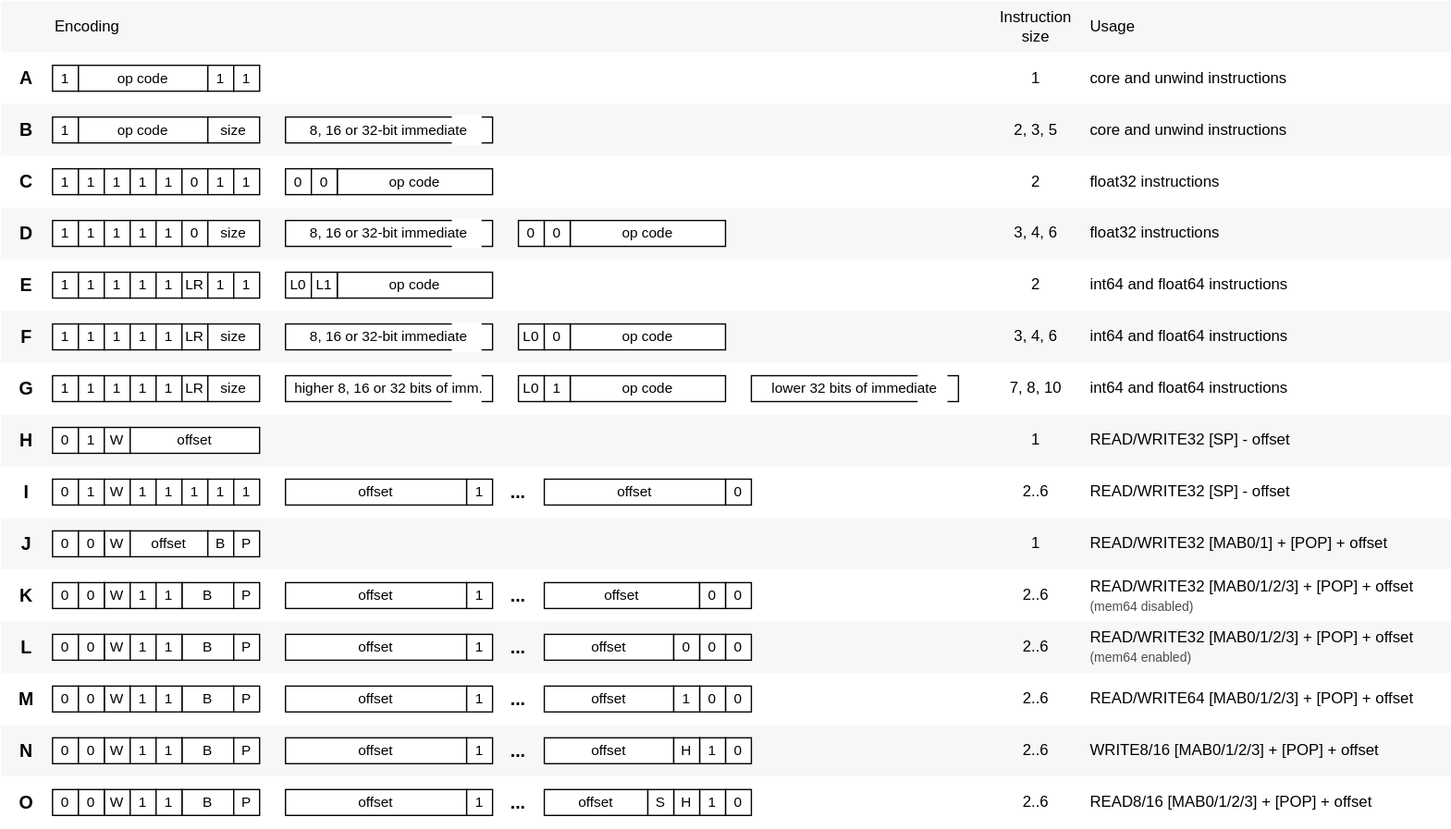
The draw.io diagram doc/trivm/Architecture/img/Encoding.drawio.svg in kildom/triwasm, before a commit. Source tidied: cells renumbered, new cells last; positions are measured from the earlier drawing's top-left corner, leaving out a move shared by most shapes.
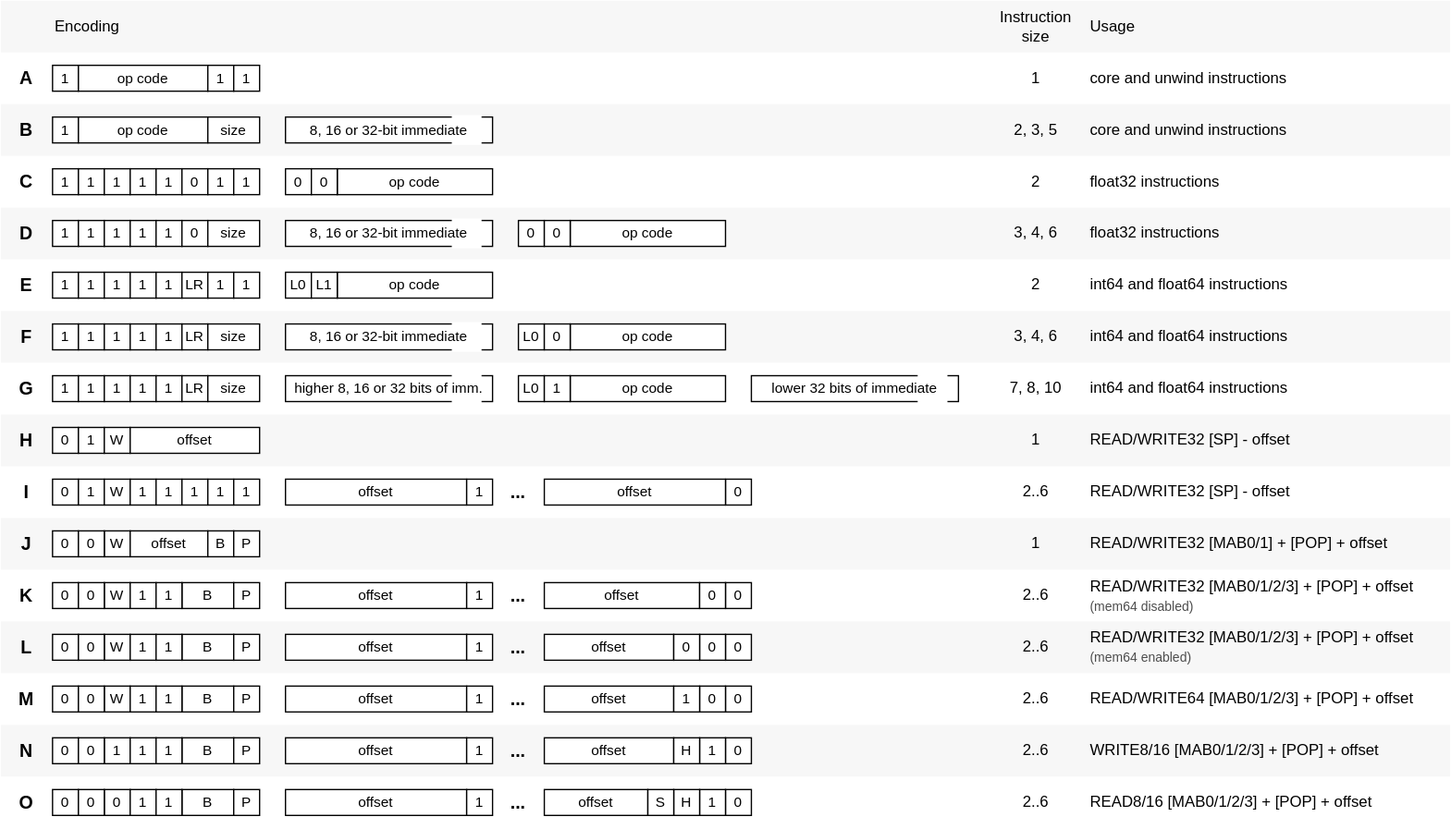
Later version of the same file.

Diff of the diagram source:
```diff
@@ -281,7 +281,7 @@
     <mxCell id="94" value="0" style="rounded=0;whiteSpace=wrap;html=1;fontSize=11;" parent="1" vertex="1">
       <mxGeometry x="40" y="570" width="20" height="20" as="geometry" />
     </mxCell>
-    <mxCell id="95" value="W" style="rounded=0;whiteSpace=wrap;html=1;fontSize=11;" parent="1" vertex="1">
+    <mxCell id="95" value="1" style="rounded=0;whiteSpace=wrap;html=1;fontSize=11;" parent="1" vertex="1">
       <mxGeometry x="80" y="570" width="20" height="20" as="geometry" />
     </mxCell>
     <mxCell id="96" value="B" style="rounded=0;whiteSpace=wrap;html=1;fontSize=11;" parent="1" vertex="1">
@@ -644,7 +644,7 @@
     <mxCell id="215" value="0" style="rounded=0;whiteSpace=wrap;html=1;fontSize=11;" parent="1" vertex="1">
       <mxGeometry x="40" y="610" width="20" height="20" as="geometry" />
     </mxCell>
-    <mxCell id="216" value="W" style="rounded=0;whiteSpace=wrap;html=1;fontSize=11;" parent="1" vertex="1">
+    <mxCell id="216" value="0" style="rounded=0;whiteSpace=wrap;html=1;fontSize=11;" parent="1" vertex="1">
       <mxGeometry x="80" y="610" width="20" height="20" as="geometry" />
     </mxCell>
     <mxCell id="217" value="B" style="rounded=0;whiteSpace=wrap;html=1;fontSize=11;" parent="1" vertex="1">
```
